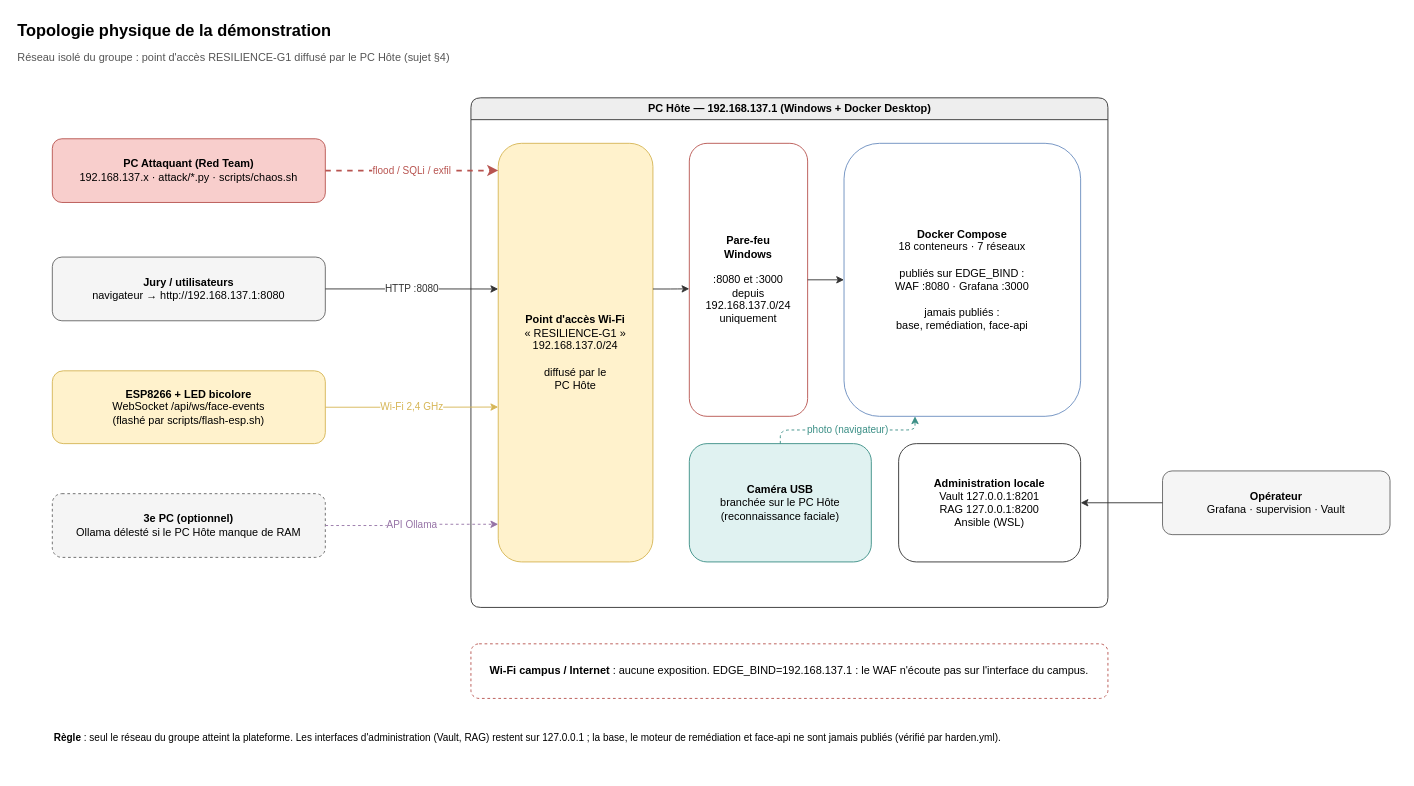
Before: page "Topologie physique" (1 of 2) of docs/diagrams/reseaux.drawio in Rococo77/Workshop-26, a draw.io diagram. Source tidied: cells renumbered, new cells numbered last; positions are measured from the earlier drawing's top-left corner, leaving out a move shared by most shapes. Both pictures are drawn from the tidied source at 91%, with x=0, y=0 at pixel (15, 15).
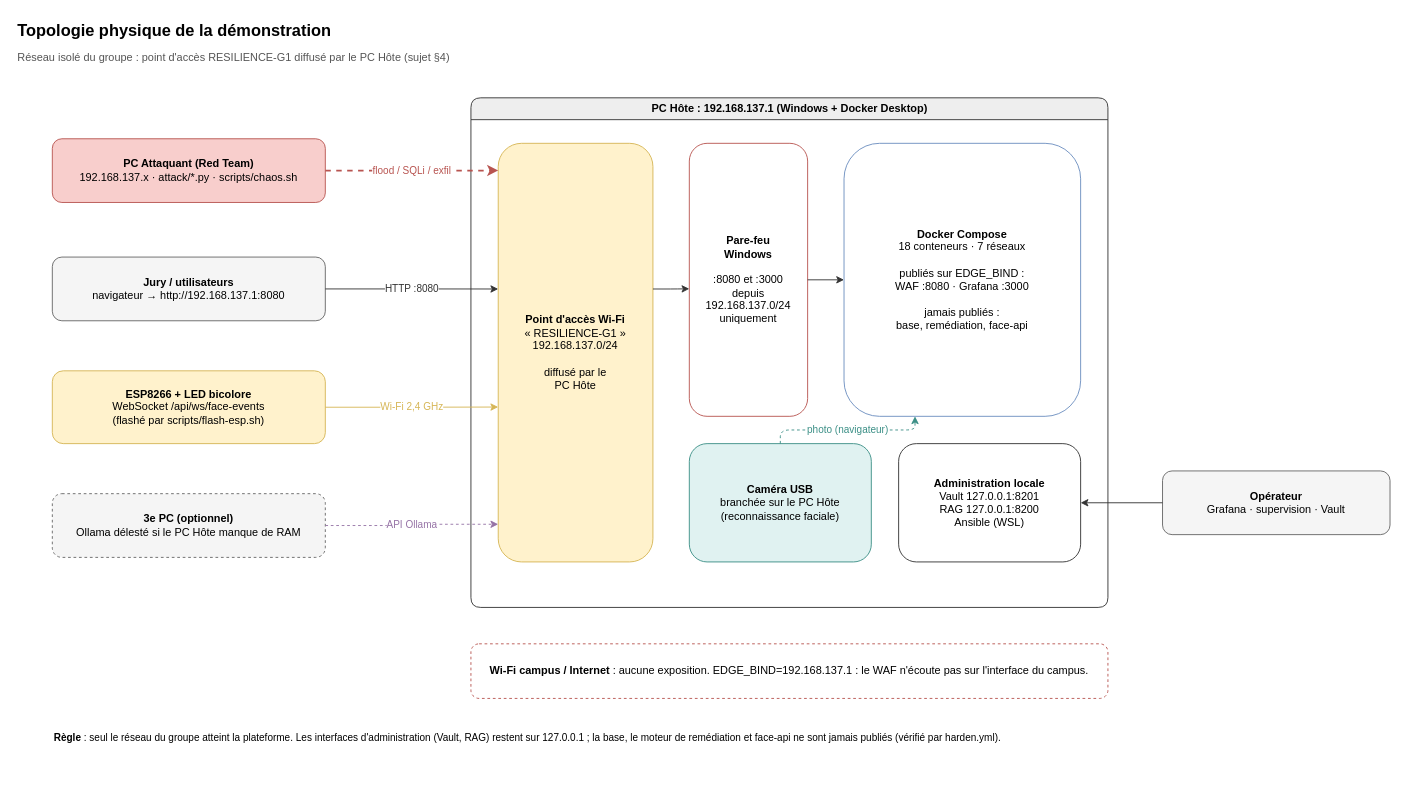
The same diagram, later.

What changed in the source:
```diff
@@
-    <mxCell id="4" value="PC Hôte — 192.168.137.1 (Windows + Docker Desktop)" style="swimlane;startSize=24;html=1;rounded=1;fillColor=#eeeeee;strokeColor=#333333;" parent="1" vertex="1">
+    <mxCell id="4" value="PC Hôte : 192.168.137.1 (Windows + Docker Desktop)" style="swimlane;startSize=24;html=1;rounded=1;fillColor=#eeeeee;strokeColor=#333333;" parent="1" vertex="1">
       <mxGeometry x="500" y="90" width="700" height="560" as="geometry" />
     </mxCell>
```
